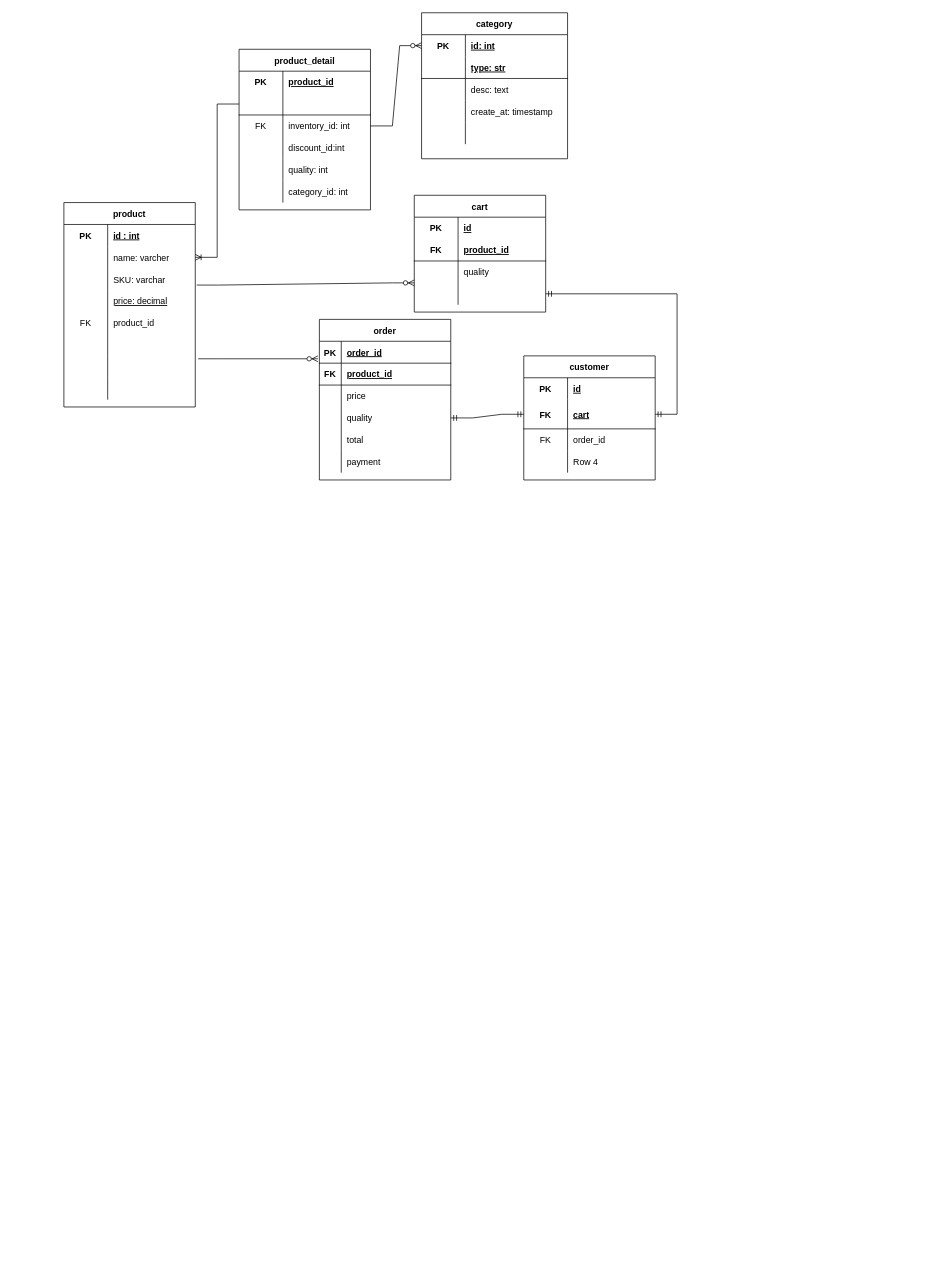
Before: Untitled Diagram.drawio in nguyenanh2222/app_ecomerce, a draw.io diagram. Source tidied: cells renumbered, new cells numbered last; positions are measured from the earlier drawing's top-left corner, leaving out a move shared by most shapes. Both pictures are drawn from the tidied source at 73%, with x=0, y=0 at pixel (64, 12).
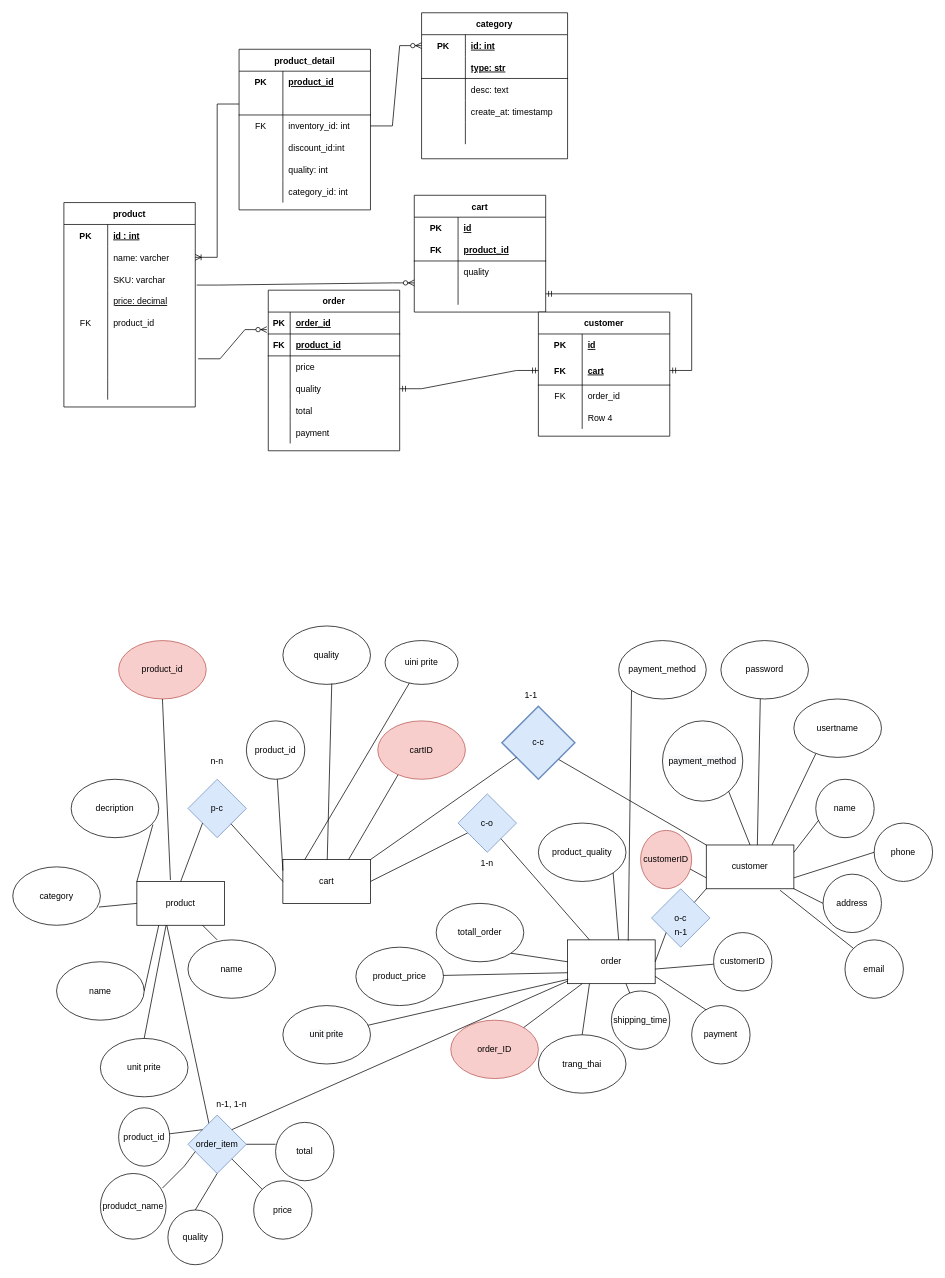
The same page after the edit.

What changed in the source:
```diff
@@
     <mxCell id="77" value="order" style="shape=table;startSize=30;childLayout=tableLayout;rowLines=0;fontStyle=1;align=center;" parent="1" vertex="1">
-      <mxGeometry x="350" y="420" width="180" height="220" as="geometry" />
+      <mxGeometry x="280" y="380" width="180" height="220" as="geometry" />
     </mxCell>
@@
     <mxCell id="97" value="customer" style="shape=table;startSize=30;childLayout=tableLayout;rowLines=0;fontStyle=1;align=center;" parent="1" vertex="1">
-      <mxGeometry x="630" y="470" width="180" height="170" as="geometry" />
+      <mxGeometry x="650" y="410" width="180" height="170" as="geometry" />
     </mxCell>
@@
+    <mxCell id="113" value="product_id" style="ellipse;whiteSpace=wrap;html=1;fillColor=#f8cecc;strokeColor=#b85450;" parent="1" vertex="1">
+      <mxGeometry x="75" y="860" width="120" height="80" as="geometry" />
+    </mxCell>
+    <mxCell id="114" value="product_quality" style="ellipse;whiteSpace=wrap;html=1;" parent="1" vertex="1">
+      <mxGeometry x="650" y="1110" width="120" height="80" as="geometry" />
+    </mxCell>
+    <mxCell id="115" value="product" style="rounded=0;whiteSpace=wrap;html=1;" parent="1" vertex="1">
+      <mxGeometry x="100" y="1190" width="120" height="60" as="geometry" />
+    </mxCell>
+    <mxCell id="116" value="cart" style="rounded=0;whiteSpace=wrap;html=1;" parent="1" vertex="1">
+      <mxGeometry x="300" y="1160" width="120" height="60" as="geometry" />
+    </mxCell>
+    <mxCell id="117" value="order" style="rounded=0;whiteSpace=wrap;html=1;" parent="1" vertex="1">
+      <mxGeometry x="690" y="1270" width="120" height="60" as="geometry" />
+    </mxCell>
+    <mxCell id="118" value="unit prite" style="ellipse;whiteSpace=wrap;html=1;" parent="1" vertex="1">
+      <mxGeometry x="50" y="1405" width="120" height="80" as="geometry" />
+    </mxCell>
+    <mxCell id="119" value="product_price" style="ellipse;whiteSpace=wrap;html=1;" parent="1" vertex="1">
+      <mxGeometry x="400" y="1280" width="120" height="80" as="geometry" />
+    </mxCell>
+    <mxCell id="120" value="customer" style="rounded=0;whiteSpace=wrap;html=1;" parent="1" vertex="1">
+      <mxGeometry x="880" y="1140" width="120" height="60" as="geometry" />
+    </mxCell>
+    <mxCell id="121" style="endArrow=none;html=1;rounded=0;exitX=1;exitY=0.5;exitDx=0;exitDy=0;" parent="1" edge="1" source="124">
+      <mxGeometry relative="1" as="geometry">
+        <mxPoint x="130" y="1250" as="targetPoint" />
+      </mxGeometry>
+    </mxCell>
+    <mxCell id="122" style="endArrow=none;html=1;rounded=0;entryX=0.5;entryY=1;entryDx=0;entryDy=0;exitX=0.383;exitY=-0.033;exitDx=0;exitDy=0;exitPerimeter=0;" parent="1" edge="1" source="115" target="113">
+      <mxGeometry relative="1" as="geometry" />
+    </mxCell>
+    <mxCell id="123" style="endArrow=none;html=1;rounded=0;entryX=0;entryY=0.5;entryDx=0;entryDy=0;exitX=0.983;exitY=0.688;exitDx=0;exitDy=0;exitPerimeter=0;" parent="1" edge="1" source="177" target="115">
+      <mxGeometry relative="1" as="geometry" />
+    </mxCell>
+    <mxCell id="124" value="name" style="ellipse;whiteSpace=wrap;html=1;" parent="1" vertex="1">
+      <mxGeometry x="-10" y="1300" width="120" height="80" as="geometry" />
+    </mxCell>
+    <mxCell id="125" value="name" style="ellipse;whiteSpace=wrap;html=1;" parent="1" vertex="1">
+      <mxGeometry x="170" y="1270" width="120" height="80" as="geometry" />
+    </mxCell>
+    <mxCell id="126" style="endArrow=none;html=1;rounded=0;entryX=0.75;entryY=1;entryDx=0;entryDy=0;exitX=0.333;exitY=0;exitDx=0;exitDy=0;exitPerimeter=0;" parent="1" edge="1" source="125" target="115">
+      <mxGeometry relative="1" as="geometry" />
+    </mxCell>
+    <mxCell id="127" value="shipping_time" style="ellipse;whiteSpace=wrap;html=1;" parent="1" vertex="1">
+      <mxGeometry x="750" y="1340" width="80" height="80" as="geometry" />
+    </mxCell>
+    <mxCell id="128" value="address" style="ellipse;whiteSpace=wrap;html=1;" parent="1" vertex="1">
+      <mxGeometry x="1040" y="1180" width="80" height="80" as="geometry" />
+    </mxCell>
+    <mxCell id="129" value="phone" style="ellipse;whiteSpace=wrap;html=1;" parent="1" vertex="1">
+      <mxGeometry x="1110" y="1110" width="80" height="80" as="geometry" />
+    </mxCell>
+    <mxCell id="130" value="name" style="ellipse;whiteSpace=wrap;html=1;" parent="1" vertex="1">
+      <mxGeometry x="1030" y="1050" width="80" height="80" as="geometry" />
+    </mxCell>
+    <mxCell id="131" style="endArrow=none;html=1;rounded=0;entryX=1;entryY=1;entryDx=0;entryDy=0;exitX=0;exitY=0.5;exitDx=0;exitDy=0;" parent="1" edge="1" source="128" target="120">
+      <mxGeometry relative="1" as="geometry" />
+    </mxCell>
+    <mxCell id="132" style="endArrow=none;html=1;rounded=0;entryX=0.05;entryY=0.7;entryDx=0;entryDy=0;entryPerimeter=0;" parent="1" edge="1" target="130">
+      <mxGeometry relative="1" as="geometry">
+        <mxPoint x="1000" y="1150" as="sourcePoint" />
+      </mxGeometry>
+    </mxCell>
+    <mxCell id="133" style="endArrow=none;html=1;rounded=0;entryX=1;entryY=0.75;entryDx=0;entryDy=0;exitX=0;exitY=0.5;exitDx=0;exitDy=0;" parent="1" edge="1" source="129" target="120">
+      <mxGeometry relative="1" as="geometry" />
+    </mxCell>
+    <mxCell id="134" value="payment_method" style="ellipse;whiteSpace=wrap;html=1;" parent="1" vertex="1">
+      <mxGeometry x="760" y="860" width="120" height="80" as="geometry" />
+    </mxCell>
+    <mxCell id="135" style="endArrow=none;html=1;rounded=0;exitX=0.5;exitY=0;exitDx=0;exitDy=0;" parent="1" edge="1" source="120">
+      <mxGeometry relative="1" as="geometry">
+        <mxPoint x="900" y="1040" as="targetPoint" />
+      </mxGeometry>
+    </mxCell>
+    <mxCell id="136" style="endArrow=none;html=1;rounded=0;exitX=0.692;exitY=0.017;exitDx=0;exitDy=0;exitPerimeter=0;entryX=0;entryY=1;entryDx=0;entryDy=0;" parent="1" edge="1" source="117" target="134">
+      <mxGeometry relative="1" as="geometry" />
+    </mxCell>
+    <mxCell id="137" value="email" style="ellipse;whiteSpace=wrap;html=1;" parent="1" vertex="1">
+      <mxGeometry x="1070" y="1270" width="80" height="80" as="geometry" />
+    </mxCell>
+    <mxCell id="138" style="endArrow=none;html=1;rounded=0;entryX=0.842;entryY=1.033;entryDx=0;entryDy=0;exitX=0;exitY=0;exitDx=0;exitDy=0;entryPerimeter=0;" parent="1" edge="1" source="137" target="120">
+      <mxGeometry relative="1" as="geometry" />
+    </mxCell>
+    <mxCell id="139" style="endArrow=none;html=1;rounded=0;" parent="1" edge="1" target="127">
+      <mxGeometry relative="1" as="geometry">
+        <mxPoint x="770" y="1330" as="sourcePoint" />
+      </mxGeometry>
+    </mxCell>
+    <mxCell id="140" value="order_ID" style="ellipse;whiteSpace=wrap;html=1;fillColor=#f8cecc;strokeColor=#b85450;" parent="1" vertex="1">
+      <mxGeometry x="530" y="1380" width="120" height="80" as="geometry" />
+    </mxCell>
+    <mxCell id="141" style="endArrow=none;html=1;rounded=0;" parent="1" edge="1" source="140" target="117">
+      <mxGeometry relative="1" as="geometry" />
+    </mxCell>
+    <mxCell id="142" value="totall_order" style="ellipse;whiteSpace=wrap;html=1;" parent="1" vertex="1">
+      <mxGeometry x="510" y="1220" width="120" height="80" as="geometry" />
+    </mxCell>
+    <mxCell id="143" value="usertname" style="ellipse;whiteSpace=wrap;html=1;" parent="1" vertex="1">
+      <mxGeometry x="1000" y="940" width="120" height="80" as="geometry" />
+    </mxCell>
+    <mxCell id="144" value="password" style="ellipse;whiteSpace=wrap;html=1;" parent="1" vertex="1">
+      <mxGeometry x="900" y="860" width="120" height="80" as="geometry" />
+    </mxCell>
+    <mxCell id="145" style="endArrow=none;html=1;rounded=0;entryX=0.45;entryY=1;entryDx=0;entryDy=0;entryPerimeter=0;exitX=0.583;exitY=0;exitDx=0;exitDy=0;exitPerimeter=0;" parent="1" edge="1" source="120" target="144">
+      <mxGeometry relative="1" as="geometry" />
+    </mxCell>
+    <mxCell id="146" style="endArrow=none;html=1;rounded=0;exitX=0.75;exitY=0;exitDx=0;exitDy=0;" parent="1" edge="1" source="120">
+      <mxGeometry relative="1" as="geometry">
+        <mxPoint x="1030" y="1015" as="targetPoint" />
+      </mxGeometry>
+    </mxCell>
+    <mxCell id="147" style="endArrow=none;html=1;rounded=0;entryX=1;entryY=1;entryDx=0;entryDy=0;" parent="1" edge="1" target="114">
+      <mxGeometry relative="1" as="geometry">
+        <mxPoint x="760" y="1270" as="sourcePoint" />
+      </mxGeometry>
+    </mxCell>
+    <mxCell id="148" style="endArrow=none;html=1;rounded=0;exitX=0;exitY=0.75;exitDx=0;exitDy=0;" parent="1" edge="1" source="117" target="119">
+      <mxGeometry relative="1" as="geometry" />
+    </mxCell>
+    <mxCell id="149" style="endArrow=none;html=1;rounded=0;entryX=1;entryY=1;entryDx=0;entryDy=0;exitX=0;exitY=0.5;exitDx=0;exitDy=0;" parent="1" edge="1" source="117" target="142">
+      <mxGeometry relative="1" as="geometry" />
+    </mxCell>
+    <mxCell id="150" value="quality" style="ellipse;whiteSpace=wrap;html=1;" parent="1" vertex="1">
+      <mxGeometry x="300" y="840" width="120" height="80" as="geometry" />
+    </mxCell>
+    <mxCell id="151" style="endArrow=none;html=1;rounded=0;entryX=0.558;entryY=0.988;entryDx=0;entryDy=0;entryPerimeter=0;" parent="1" edge="1" source="116" target="150">
+      <mxGeometry relative="1" as="geometry" />
+    </mxCell>
+    <mxCell id="152" style="endArrow=none;html=1;rounded=0;exitX=0;exitY=0.25;exitDx=0;exitDy=0;" parent="1" edge="1" source="116" target="200">
+      <mxGeometry relative="1" as="geometry" />
+    </mxCell>
+    <mxCell id="153" style="endArrow=none;html=1;rounded=0;exitX=0.008;exitY=0.9;exitDx=0;exitDy=0;exitPerimeter=0;" parent="1" edge="1" source="117" target="198">
+      <mxGeometry relative="1" as="geometry" />
+    </mxCell>
+    <mxCell id="154" value="decription" style="ellipse;whiteSpace=wrap;html=1;" parent="1" vertex="1">
+      <mxGeometry x="10" y="1050" width="120" height="80" as="geometry" />
+    </mxCell>
+    <mxCell id="155" style="endArrow=none;html=1;rounded=0;entryX=0.933;entryY=0.775;entryDx=0;entryDy=0;entryPerimeter=0;exitX=0;exitY=0;exitDx=0;exitDy=0;" parent="1" edge="1" source="115" target="154">
+      <mxGeometry relative="1" as="geometry" />
+    </mxCell>
+    <mxCell id="156" value="customerID" style="ellipse;whiteSpace=wrap;html=1;fillColor=#f8cecc;strokeColor=#b85450;" parent="1" vertex="1">
+      <mxGeometry x="790" y="1120" width="70" height="80" as="geometry" />
+    </mxCell>
+    <mxCell id="157" style="endArrow=none;html=1;rounded=0;entryX=0;entryY=0.75;entryDx=0;entryDy=0;exitX=0.971;exitY=0.663;exitDx=0;exitDy=0;exitPerimeter=0;" parent="1" edge="1" source="156" target="120">
+      <mxGeometry relative="1" as="geometry" />
+    </mxCell>
+    <mxCell id="158" value="trang_thai" style="ellipse;whiteSpace=wrap;html=1;" parent="1" vertex="1">
+      <mxGeometry x="650" y="1400" width="120" height="80" as="geometry" />
+    </mxCell>
+    <mxCell id="159" style="endArrow=none;html=1;rounded=0;entryX=0.75;entryY=0;entryDx=0;entryDy=0;" parent="1" edge="1" target="116">
+      <mxGeometry relative="1" as="geometry">
+        <mxPoint x="460" y="1040" as="sourcePoint" />
+      </mxGeometry>
+    </mxCell>
+    <mxCell id="160" value="cartID" style="ellipse;whiteSpace=wrap;html=1;fillColor=#f8cecc;strokeColor=#b85450;" parent="1" vertex="1">
+      <mxGeometry x="430" y="970" width="120" height="80" as="geometry" />
+    </mxCell>
+    <mxCell id="161" value="p-c" style="rhombus;whiteSpace=wrap;html=1;fillColor=#dae8fc;strokeColor=#6c8ebf;" parent="1" vertex="1">
+      <mxGeometry x="170" y="1050" width="80" height="80" as="geometry" />
+    </mxCell>
+    <mxCell id="162" style="endArrow=none;html=1;rounded=0;entryX=0;entryY=1;entryDx=0;entryDy=0;exitX=0.5;exitY=0;exitDx=0;exitDy=0;" parent="1" edge="1" source="115" target="161">
+      <mxGeometry relative="1" as="geometry" />
+    </mxCell>
+    <mxCell id="163" style="endArrow=none;html=1;rounded=0;exitX=0;exitY=0.5;exitDx=0;exitDy=0;" parent="1" edge="1" source="116" target="161">
+      <mxGeometry relative="1" as="geometry" />
+    </mxCell>
+    <mxCell id="164" value="n-n" style="text;html=1;strokeColor=none;fillColor=none;align=center;verticalAlign=middle;whiteSpace=wrap;rounded=0;" parent="1" vertex="1">
+      <mxGeometry x="180" y="1010" width="60" height="30" as="geometry" />
+    </mxCell>
+    <mxCell id="165" value="1-1" style="text;html=1;strokeColor=none;fillColor=none;align=center;verticalAlign=middle;whiteSpace=wrap;rounded=0;" parent="1" vertex="1">
+      <mxGeometry x="610" y="920" width="60" height="30" as="geometry" />
+    </mxCell>
+    <mxCell id="166" value="o-c" style="rhombus;whiteSpace=wrap;html=1;fillColor=#dae8fc;strokeColor=#6c8ebf;" parent="1" vertex="1">
+      <mxGeometry x="805" y="1200" width="80" height="80" as="geometry" />
+    </mxCell>
+    <mxCell id="167" style="endArrow=none;html=1;rounded=0;entryX=0;entryY=1;entryDx=0;entryDy=0;exitX=1;exitY=0.5;exitDx=0;exitDy=0;" parent="1" edge="1" source="117" target="166">
+      <mxGeometry relative="1" as="geometry" />
+    </mxCell>
+    <mxCell id="168" style="endArrow=none;html=1;rounded=0;entryX=0;entryY=1;entryDx=0;entryDy=0;" parent="1" edge="1" source="166" target="120">
+      <mxGeometry relative="1" as="geometry" />
+    </mxCell>
+    <mxCell id="169" value="n-1" style="text;html=1;align=center;verticalAlign=middle;strokeColor=none;fillColor=none;" parent="1" vertex="1">
+      <mxGeometry x="830" y="1250" width="30" height="20" as="geometry" />
+    </mxCell>
+    <mxCell id="170" value="c-c" style="strokeWidth=2;html=1;shape=mxgraph.flowchart.decision;whiteSpace=wrap;fillColor=#dae8fc;strokeColor=#6c8ebf;" parent="1" vertex="1">
+      <mxGeometry x="600" y="950" width="100" height="100" as="geometry" />
+    </mxCell>
+    <mxCell id="171" style="endArrow=none;html=1;rounded=0;exitX=1;exitY=0;exitDx=0;exitDy=0;entryX=0.2;entryY=0.7;entryDx=0;entryDy=0;entryPerimeter=0;" parent="1" edge="1" source="116" target="170">
+      <mxGeometry relative="1" as="geometry" />
+    </mxCell>
+    <mxCell id="172" style="endArrow=none;html=1;rounded=0;exitX=0;exitY=0;exitDx=0;exitDy=0;entryX=0.78;entryY=0.73;entryDx=0;entryDy=0;entryPerimeter=0;" parent="1" edge="1" source="120" target="170">
+      <mxGeometry relative="1" as="geometry" />
+    </mxCell>
+    <mxCell id="173" style="endArrow=none;html=1;rounded=0;exitX=1;exitY=0.5;exitDx=0;exitDy=0;" parent="1" edge="1" source="116" target="174">
+      <mxGeometry relative="1" as="geometry" />
+    </mxCell>
+    <mxCell id="174" value="c-o" style="rhombus;whiteSpace=wrap;html=1;fillColor=#dae8fc;strokeColor=#6c8ebf;" parent="1" vertex="1">
+      <mxGeometry x="540" y="1070" width="80" height="80" as="geometry" />
+    </mxCell>
+    <mxCell id="175" style="endArrow=none;html=1;rounded=0;entryX=0.25;entryY=0;entryDx=0;entryDy=0;" parent="1" edge="1" source="174" target="117">
+      <mxGeometry relative="1" as="geometry" />
+    </mxCell>
+    <mxCell id="176" value="1-n" style="text;html=1;strokeColor=none;fillColor=none;align=center;verticalAlign=middle;whiteSpace=wrap;rounded=0;" parent="1" vertex="1">
+      <mxGeometry x="550" y="1150" width="60" height="30" as="geometry" />
+    </mxCell>
+    <mxCell id="177" value="category" style="ellipse;whiteSpace=wrap;html=1;" parent="1" vertex="1">
+      <mxGeometry x="-70" y="1170" width="120" height="80" as="geometry" />
+    </mxCell>
+    <mxCell id="178" style="endArrow=none;html=1;rounded=0;entryX=0.342;entryY=1;entryDx=0;entryDy=0;entryPerimeter=0;exitX=0.363;exitY=0.163;exitDx=0;exitDy=0;exitPerimeter=0;" parent="1" edge="1" source="180" target="115">
+      <mxGeometry relative="1" as="geometry" />
+    </mxCell>
+    <mxCell id="179" style="endArrow=none;html=1;rounded=0;exitX=0.5;exitY=0;exitDx=0;exitDy=0;" parent="1" edge="1" source="118">
+      <mxGeometry relative="1" as="geometry">
+        <mxPoint x="140" y="1250" as="targetPoint" />
+      </mxGeometry>
+    </mxCell>
+    <mxCell id="180" value="order_item" style="rhombus;whiteSpace=wrap;html=1;fillColor=#dae8fc;strokeColor=#6c8ebf;" parent="1" vertex="1">
+      <mxGeometry x="170" y="1510" width="80" height="80" as="geometry" />
+    </mxCell>
+    <mxCell id="181" style="endArrow=none;html=1;rounded=0;exitX=1;exitY=0;exitDx=0;exitDy=0;" parent="1" edge="1" source="180" target="117">
+      <mxGeometry relative="1" as="geometry" />
+    </mxCell>
+    <mxCell id="182" value="n-1, 1-n" style="text;html=1;strokeColor=none;fillColor=none;align=center;verticalAlign=middle;whiteSpace=wrap;rounded=0;" parent="1" vertex="1">
+      <mxGeometry x="200" y="1480" width="60" height="30" as="geometry" />
+    </mxCell>
+    <mxCell id="183" style="endArrow=none;html=1;rounded=0;entryX=0.25;entryY=1;entryDx=0;entryDy=0;entryPerimeter=0;exitX=0.5;exitY=0;exitDx=0;exitDy=0;" parent="1" edge="1" source="158" target="117">
+      <mxGeometry relative="1" as="geometry" />
+    </mxCell>
+    <mxCell id="184" value="product_id" style="ellipse;whiteSpace=wrap;html=1;" parent="1" vertex="1">
+      <mxGeometry x="75" y="1500" width="70" height="80" as="geometry" />
+    </mxCell>
+    <mxCell id="185" value="produdct_name" style="ellipse;whiteSpace=wrap;html=1;" parent="1" vertex="1">
+      <mxGeometry x="50" y="1590" width="90" height="90" as="geometry" />
+    </mxCell>
+    <mxCell id="186" value="quality" style="ellipse;whiteSpace=wrap;html=1;" parent="1" vertex="1">
+      <mxGeometry x="142.5" y="1640" width="75" height="75" as="geometry" />
+    </mxCell>
+    <mxCell id="187" value="price" style="ellipse;whiteSpace=wrap;html=1;" parent="1" vertex="1">
+      <mxGeometry x="260" y="1600" width="80" height="80" as="geometry" />
+    </mxCell>
+    <mxCell id="188" value="total" style="ellipse;whiteSpace=wrap;html=1;" parent="1" vertex="1">
+      <mxGeometry x="290" y="1520" width="80" height="80" as="geometry" />
+    </mxCell>
+    <mxCell id="189" style="endArrow=none;html=1;rounded=0;" parent="1" edge="1">
+      <mxGeometry relative="1" as="geometry">
+        <mxPoint x="135" y="1610" as="sourcePoint" />
+        <mxPoint x="180" y="1560" as="targetPoint" />
+        <Array as="points">
+          <mxPoint x="165" y="1580" />
+        </Array>
+      </mxGeometry>
+    </mxCell>
+    <mxCell id="190" style="endArrow=none;html=1;rounded=0;entryX=0.5;entryY=1;entryDx=0;entryDy=0;entryPerimeter=0;exitX=0.5;exitY=0;exitDx=0;exitDy=0;" parent="1" edge="1" source="186" target="180">
+      <mxGeometry relative="1" as="geometry" />
+    </mxCell>
+    <mxCell id="191" style="endArrow=none;html=1;rounded=0;entryX=0;entryY=0;entryDx=0;entryDy=0;" parent="1" edge="1" source="184" target="180">
+      <mxGeometry relative="1" as="geometry" />
+    </mxCell>
+    <mxCell id="192" style="endArrow=none;html=1;rounded=0;exitX=1;exitY=0.5;exitDx=0;exitDy=0;" parent="1" edge="1" source="180">
+      <mxGeometry relative="1" as="geometry">
+        <mxPoint x="290" y="1550" as="targetPoint" />
+      </mxGeometry>
+    </mxCell>
+    <mxCell id="193" style="endArrow=none;html=1;rounded=0;exitX=0;exitY=0;exitDx=0;exitDy=0;entryX=1;entryY=1;entryDx=0;entryDy=0;" parent="1" edge="1" source="187" target="180">
+      <mxGeometry relative="1" as="geometry" />
+    </mxCell>
+    <mxCell id="194" style="endArrow=none;html=1;rounded=0;exitX=0.25;exitY=0.075;exitDx=0;exitDy=0;exitPerimeter=0;" parent="1" edge="1" source="195">
+      <mxGeometry relative="1" as="geometry">
+        <mxPoint x="810" y="1320" as="targetPoint" />
+      </mxGeometry>
+    </mxCell>
+    <mxCell id="195" value="payment" style="ellipse;whiteSpace=wrap;html=1;" parent="1" vertex="1">
+      <mxGeometry x="860" y="1360" width="80" height="80" as="geometry" />
+    </mxCell>
+    <mxCell id="196" style="endArrow=none;html=1;rounded=0;entryX=0.25;entryY=0;entryDx=0;entryDy=0;" parent="1" edge="1" source="197" target="116">
+      <mxGeometry relative="1" as="geometry" />
+    </mxCell>
+    <mxCell id="197" value="uini prite" style="ellipse;whiteSpace=wrap;html=1;" parent="1" vertex="1">
+      <mxGeometry x="440" y="860" width="100" height="60" as="geometry" />
+    </mxCell>
+    <mxCell id="198" value="&lt;span style=&quot;color: rgb(0, 0, 0); font-family: Helvetica; font-size: 12px; font-style: normal; font-variant-ligatures: normal; font-variant-caps: normal; font-weight: 400; letter-spacing: normal; orphans: 2; text-align: center; text-indent: 0px; text-transform: none; widows: 2; word-spacing: 0px; -webkit-text-stroke-width: 0px; background-color: rgb(248, 249, 250); text-decoration-thickness: initial; text-decoration-style: initial; text-decoration-color: initial; float: none; display: inline !important;&quot;&gt;unit prite&lt;/span&gt;" style="ellipse;whiteSpace=wrap;html=1;" parent="1" vertex="1">
+      <mxGeometry x="300" y="1360" width="120" height="80" as="geometry" />
+    </mxCell>
+    <mxCell id="199" value="&lt;span style=&quot;color: rgb(0, 0, 0); font-family: Helvetica; font-size: 12px; font-style: normal; font-variant-ligatures: normal; font-variant-caps: normal; font-weight: 400; letter-spacing: normal; orphans: 2; text-align: center; text-indent: 0px; text-transform: none; widows: 2; word-spacing: 0px; -webkit-text-stroke-width: 0px; background-color: rgb(248, 249, 250); text-decoration-thickness: initial; text-decoration-style: initial; text-decoration-color: initial; float: none; display: inline !important;&quot;&gt;payment_method&lt;/span&gt;" style="ellipse;whiteSpace=wrap;html=1;fontFamily=Helvetica;fontSize=12;fontColor=default;strokeColor=default;fillColor=default;" parent="1" vertex="1">
+      <mxGeometry x="820" y="970" width="110" height="110" as="geometry" />
+    </mxCell>
+    <mxCell id="200" value="&lt;span style=&quot;&quot;&gt;product_id&lt;/span&gt;" style="ellipse;whiteSpace=wrap;html=1;fontFamily=Helvetica;fontSize=12;fontColor=default;strokeColor=default;fillColor=default;" parent="1" vertex="1">
+      <mxGeometry x="250" y="970" width="80" height="80" as="geometry" />
+    </mxCell>
+    <mxCell id="201" style="endArrow=none;html=1;rounded=0;fontFamily=Helvetica;fontSize=12;fontColor=default;" parent="1" edge="1" target="202">
+      <mxGeometry relative="1" as="geometry">
+        <mxPoint x="810" y="1310" as="sourcePoint" />
+      </mxGeometry>
+    </mxCell>
+    <mxCell id="202" value="customerID" style="ellipse;whiteSpace=wrap;html=1;fontFamily=Helvetica;fontSize=12;fontColor=default;strokeColor=default;fillColor=default;" parent="1" vertex="1">
+      <mxGeometry x="890" y="1260" width="80" height="80" as="geometry" />
+    </mxCell>
```
